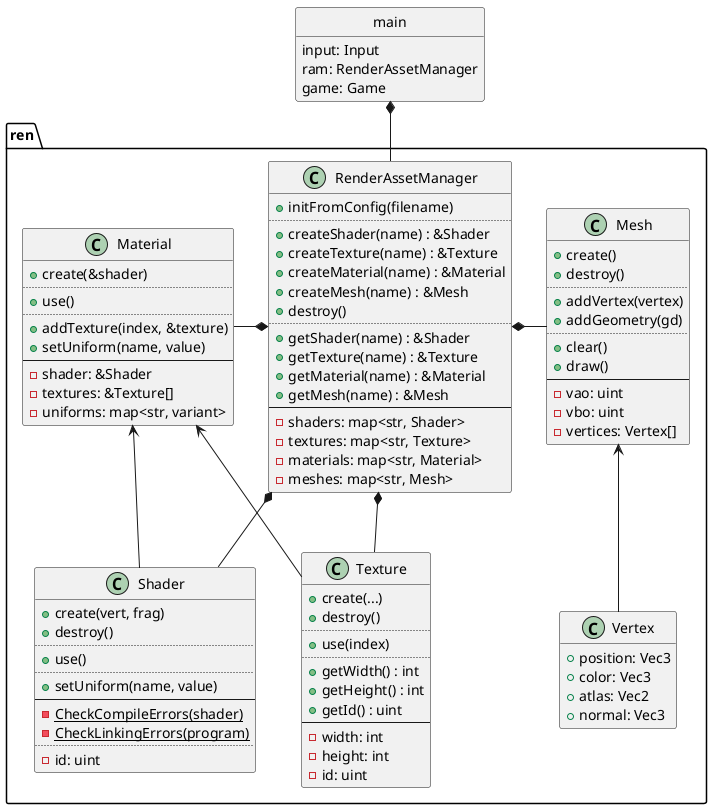
The PlantUML diagram design/assets.png in ba6er/marblemaze, before a commit.
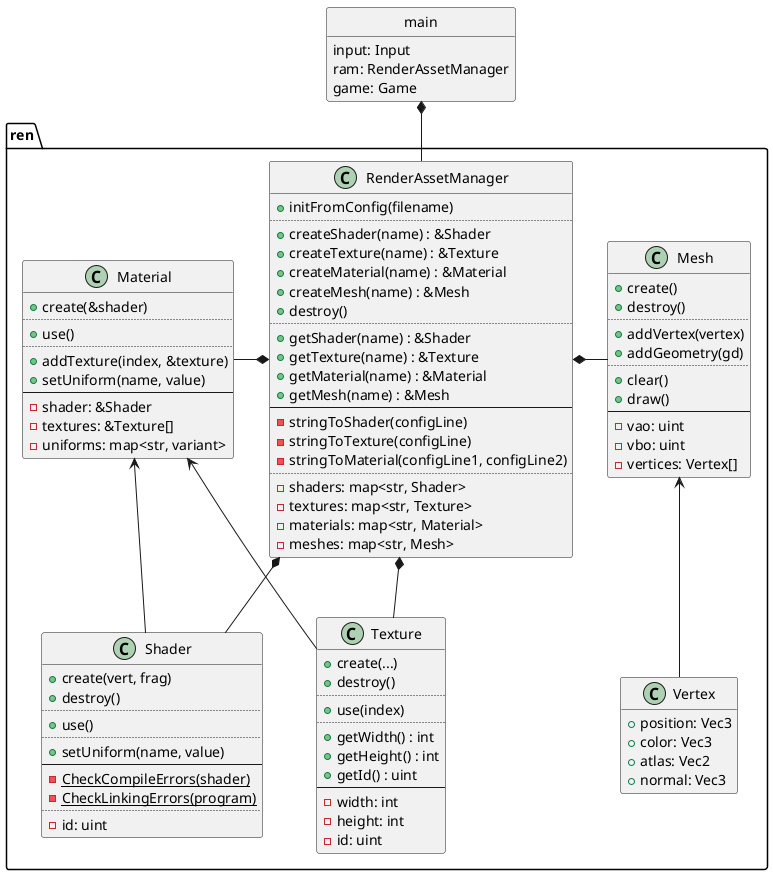
Above is the later version.

Diff of the diagram source:
```diff
@@ -80,6 +80,10 @@
 	+getMaterial(name) : &Material
 	+getMesh(name) : &Mesh
 	--
+	-stringToShader(configLine)
+	-stringToTexture(configLine)
+	-stringToMaterial(configLine1, configLine2)
+	..
 	-shaders: map<str, Shader>
 	-textures: map<str, Texture>
 	-materials: map<str, Material>
```
